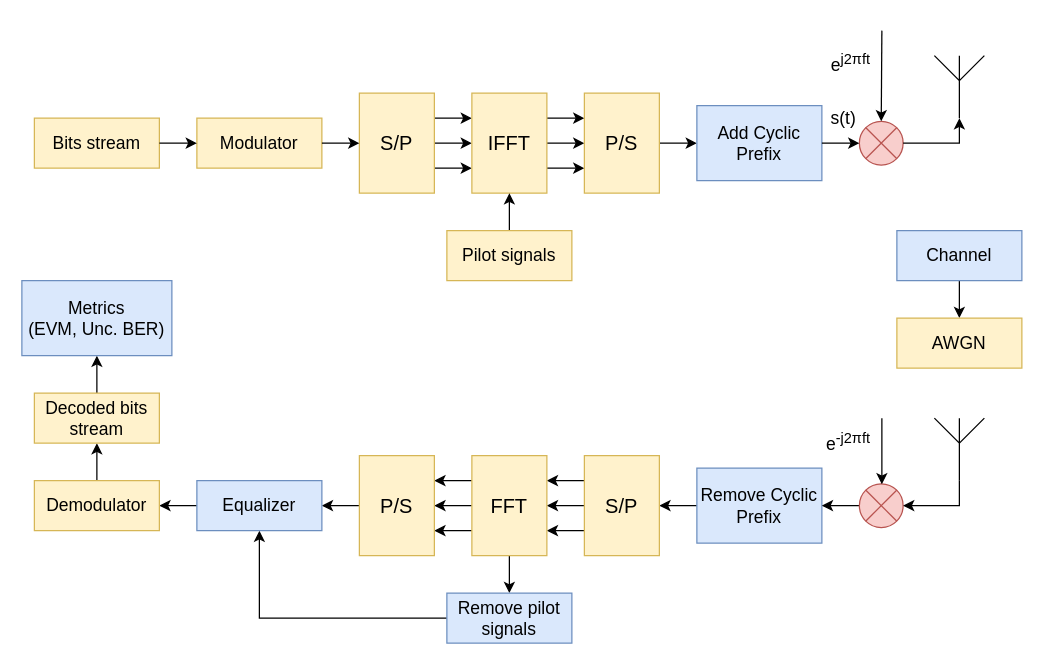
This is model_structure.drawio from isvoropaev02/OFDM, a draw.io file, before an edit. Source tidied: cells renumbered, new cells numbered last; positions are measured from the earlier drawing's top-left corner, leaving out a move shared by most shapes. Both pictures are drawn from the tidied source at 125%, with x=0, y=0 at pixel (21, 30).
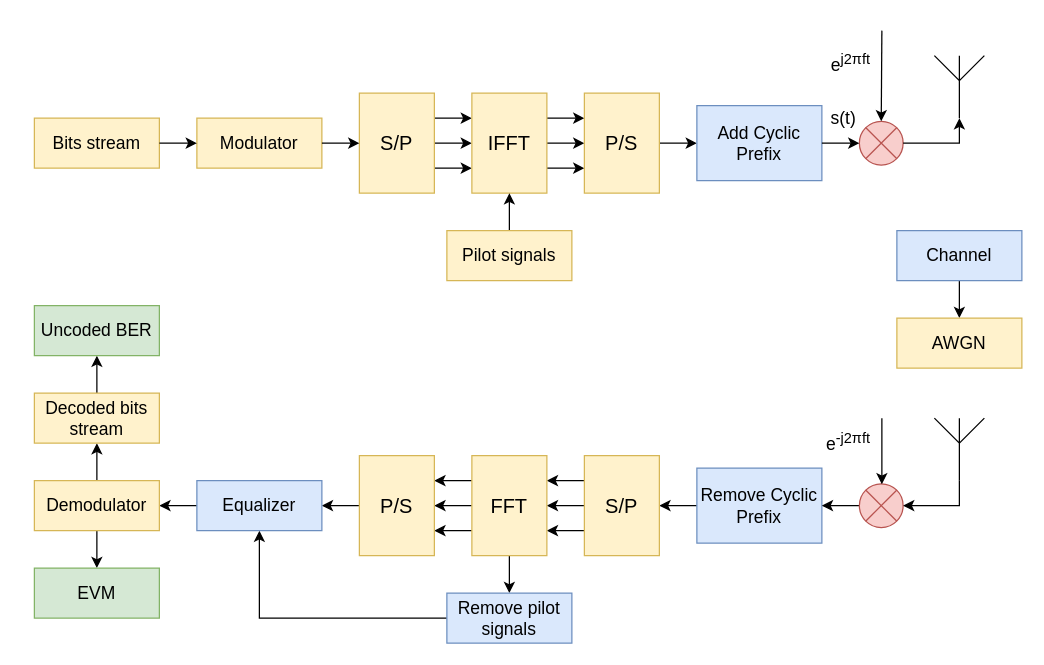
Above is the later version.

Unchanged cells that the change refers to:
```xml
<mxCell id="53" value="&lt;font style=&quot;font-size: 14px;&quot; face=&quot;Helvetica&quot;&gt;Demodulator&lt;/font&gt;" style="rounded=0;whiteSpace=wrap;html=1;fillColor=#fff2cc;strokeColor=#d6b656;" parent="1" vertex="1">
  <mxGeometry x="10" y="360" width="100" height="40" as="geometry" />
</mxCell>
<mxCell id="55" value="&lt;font style=&quot;font-size: 14px;&quot; face=&quot;Helvetica&quot;&gt;Decoded bits stream&lt;/font&gt;" style="rounded=0;whiteSpace=wrap;html=1;fillColor=#fff2cc;strokeColor=#d6b656;" parent="1" vertex="1">
  <mxGeometry x="10" y="290" width="100" height="40" as="geometry" />
</mxCell>
```

What changed in the source:
```diff
@@
+    <mxCell id="57" style="edgeStyle=orthogonalEdgeStyle;rounded=0;jettySize=auto;html=1;exitX=0.5;exitY=1;exitDx=0;exitDy=0;" parent="1" edge="1" source="53" target="60">
+      <mxGeometry relative="1" as="geometry" />
+    </mxCell>
@@
-    <mxCell id="54" style="edgeStyle=orthogonalEdgeStyle;rounded=0;jettySize=auto;html=1;exitX=0.5;exitY=0;exitDx=0;exitDy=0;entryX=0.5;entryY=1;entryDx=0;entryDy=0;" parent="1" edge="1" source="55" target="56">
-      <mxGeometry relative="1" as="geometry" />
-    </mxCell>
+    <mxCell id="58" style="edgeStyle=orthogonalEdgeStyle;rounded=0;jettySize=auto;html=1;exitX=0.5;exitY=0;exitDx=0;exitDy=0;entryX=0.5;entryY=1;entryDx=0;entryDy=0;" parent="1" edge="1" source="55" target="59">
+      <mxGeometry relative="1" as="geometry" />
+    </mxCell>
@@
-    <mxCell id="56" value="&lt;font style=&quot;font-size: 14px;&quot; face=&quot;Helvetica&quot;&gt;Metrics&lt;/font&gt;&lt;div&gt;&lt;font style=&quot;font-size: 14px;&quot; face=&quot;Helvetica&quot;&gt;(EVM, Unc. BER)&lt;/font&gt;&lt;/div&gt;" style="rounded=0;whiteSpace=wrap;html=1;fillColor=#dae8fc;strokeColor=#6c8ebf;" parent="1" vertex="1">
-      <mxGeometry y="200" width="120" height="60" as="geometry" />
-    </mxCell>
+    <mxCell id="59" value="&lt;font style=&quot;font-size: 14px;&quot; face=&quot;Helvetica&quot;&gt;Uncoded BER&lt;/font&gt;" style="rounded=0;whiteSpace=wrap;html=1;fillColor=#d5e8d4;strokeColor=#82b366;" parent="1" vertex="1">
+      <mxGeometry x="10" y="220" width="100" height="40" as="geometry" />
+    </mxCell>
+    <mxCell id="60" value="&lt;font style=&quot;font-size: 14px;&quot; face=&quot;Helvetica&quot;&gt;EVM&lt;/font&gt;" style="rounded=0;whiteSpace=wrap;html=1;fillColor=#d5e8d4;strokeColor=#82b366;" parent="1" vertex="1">
+      <mxGeometry x="10" y="430" width="100" height="40" as="geometry" />
+    </mxCell>
```
